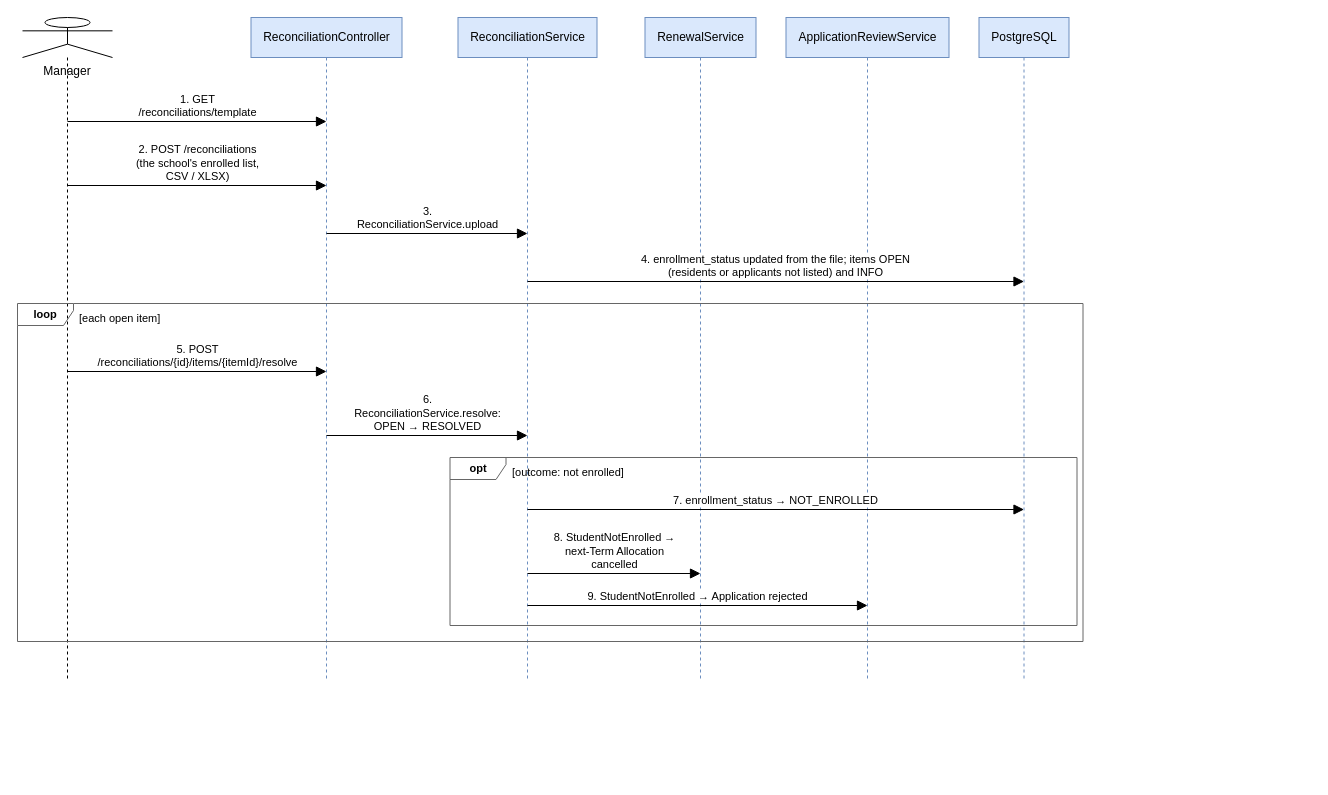
This is docs/Diagrams/07_Sequence/seq-17-reconciliation.drawio from tisou47/CampusStay-FPT, a draw.io file, before an edit. Source tidied: cells renumbered, new cells numbered last; positions are measured from the earlier drawing's top-left corner, leaving out a move shared by most shapes. Both pictures are drawn from the tidied source at 100%, with x=0, y=0 at pixel (17, 17).
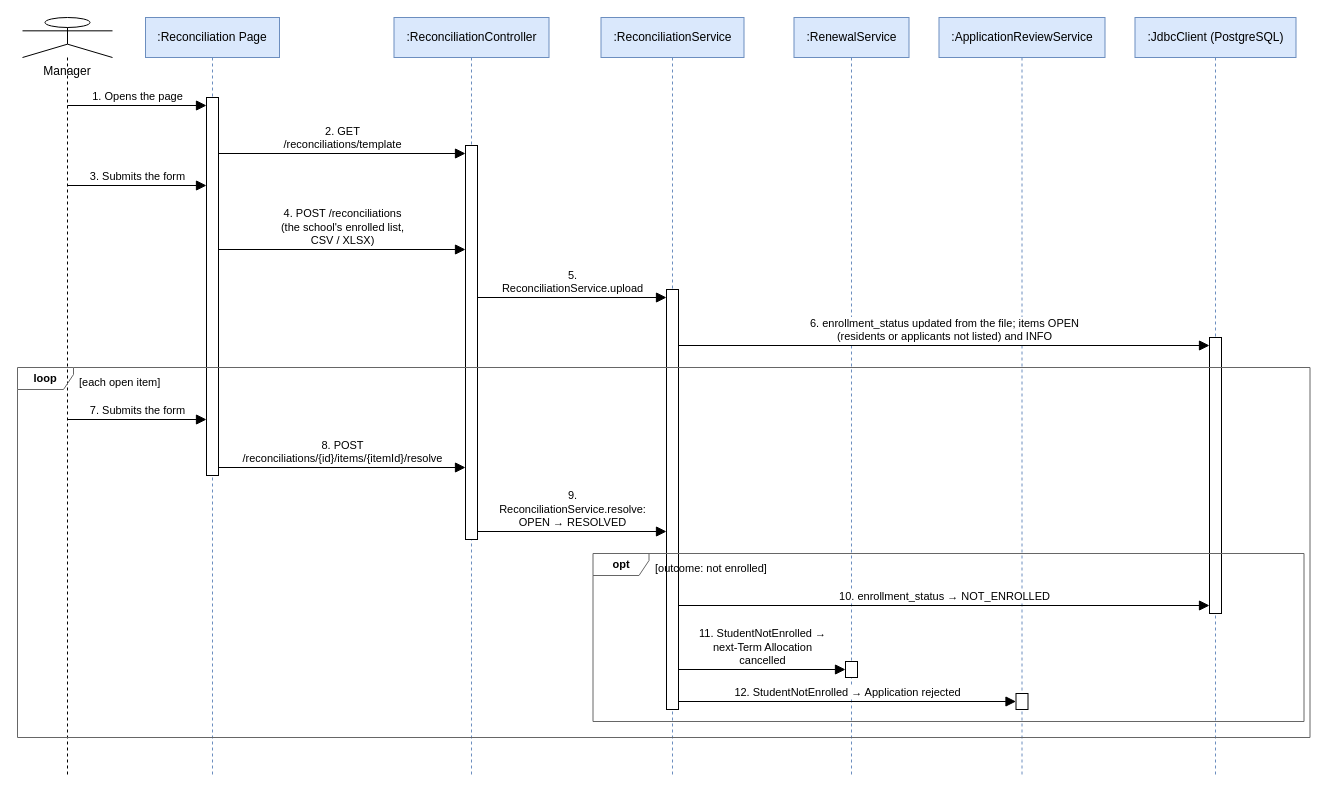
Above is the later version.

Diff of the diagram source:
```diff
@@
     <mxCell id="2" value="Manager" style="shape=umlLifeline;participant=umlActor;perimeter=lifelinePerimeter;size=40;verticalAlign=top;spacingTop=40;html=1;whiteSpace=wrap;fontSize=12;fontFamily=Helvetica;" parent="1" vertex="1">
-      <mxGeometry x="5" width="90" height="664" as="geometry" />
+      <mxGeometry x="5" width="90" height="760" as="geometry" />
     </mxCell>
+    <mxCell id="21" value=":Reconciliation Page" style="shape=umlLifeline;perimeter=lifelinePerimeter;size=40;html=1;whiteSpace=wrap;fontSize=12;fontFamily=Helvetica;fillColor=#dae8fc;strokeColor=#6c8ebf;" parent="1" vertex="1">
+      <mxGeometry x="128" width="134" height="760" as="geometry" />
+    </mxCell>
-    <mxCell id="3" value="ReconciliationController" style="shape=umlLifeline;perimeter=lifelinePerimeter;size=40;html=1;whiteSpace=wrap;fontSize=12;fontFamily=Helvetica;fillColor=#dae8fc;strokeColor=#6c8ebf;" parent="1" vertex="1">
-      <mxGeometry x="233.5" width="151" height="664" as="geometry" />
+    <mxCell id="3" value=":ReconciliationController" style="shape=umlLifeline;perimeter=lifelinePerimeter;size=40;html=1;whiteSpace=wrap;fontSize=12;fontFamily=Helvetica;fillColor=#dae8fc;strokeColor=#6c8ebf;" parent="1" vertex="1">
+      <mxGeometry x="376.5" width="155" height="760" as="geometry" />
     </mxCell>
-    <mxCell id="4" value="ReconciliationService" style="shape=umlLifeline;perimeter=lifelinePerimeter;size=40;html=1;whiteSpace=wrap;fontSize=12;fontFamily=Helvetica;fillColor=#dae8fc;strokeColor=#6c8ebf;" parent="1" vertex="1">
-      <mxGeometry x="440.5" width="139" height="664" as="geometry" />
+    <mxCell id="4" value=":ReconciliationService" style="shape=umlLifeline;perimeter=lifelinePerimeter;size=40;html=1;whiteSpace=wrap;fontSize=12;fontFamily=Helvetica;fillColor=#dae8fc;strokeColor=#6c8ebf;" parent="1" vertex="1">
+      <mxGeometry x="583.5" width="143" height="760" as="geometry" />
     </mxCell>
-    <mxCell id="5" value="RenewalService" style="shape=umlLifeline;perimeter=lifelinePerimeter;size=40;html=1;whiteSpace=wrap;fontSize=12;fontFamily=Helvetica;fillColor=#dae8fc;strokeColor=#6c8ebf;" parent="1" vertex="1">
-      <mxGeometry x="627.5" width="111" height="664" as="geometry" />
+    <mxCell id="5" value=":RenewalService" style="shape=umlLifeline;perimeter=lifelinePerimeter;size=40;html=1;whiteSpace=wrap;fontSize=12;fontFamily=Helvetica;fillColor=#dae8fc;strokeColor=#6c8ebf;" parent="1" vertex="1">
+      <mxGeometry x="776.5" width="115" height="760" as="geometry" />
     </mxCell>
-    <mxCell id="6" value="ApplicationReviewService" style="shape=umlLifeline;perimeter=lifelinePerimeter;size=40;html=1;whiteSpace=wrap;fontSize=12;fontFamily=Helvetica;fillColor=#dae8fc;strokeColor=#6c8ebf;" parent="1" vertex="1">
-      <mxGeometry x="768.5" width="163" height="664" as="geometry" />
+    <mxCell id="6" value=":ApplicationReviewService" style="shape=umlLifeline;perimeter=lifelinePerimeter;size=40;html=1;whiteSpace=wrap;fontSize=12;fontFamily=Helvetica;fillColor=#dae8fc;strokeColor=#6c8ebf;" parent="1" vertex="1">
+      <mxGeometry x="921.5" width="166" height="760" as="geometry" />
     </mxCell>
-    <mxCell id="7" value="PostgreSQL" style="shape=umlLifeline;perimeter=lifelinePerimeter;size=40;html=1;whiteSpace=wrap;fontSize=12;fontFamily=Helvetica;fillColor=#dae8fc;strokeColor=#6c8ebf;" parent="1" vertex="1">
-      <mxGeometry x="961.5" width="90" height="664" as="geometry" />
+    <mxCell id="7" value=":JdbcClient (PostgreSQL)" style="shape=umlLifeline;perimeter=lifelinePerimeter;size=40;html=1;whiteSpace=wrap;fontSize=12;fontFamily=Helvetica;fillColor=#dae8fc;strokeColor=#6c8ebf;" parent="1" vertex="1">
+      <mxGeometry x="1117.5" width="161" height="760" as="geometry" />
     </mxCell>
-    <mxCell id="8" value="1. GET&lt;br&gt;/reconciliations/template" style="html=1;rounded=1;fontSize=11;fontFamily=Helvetica;labelBackgroundColor=#ffffff;verticalAlign=bottom;endArrow=block;endFill=1;endSize=8;" parent="1" edge="1">
-      <mxGeometry relative="1" as="geometry">
-        <mxPoint x="50" y="104" as="sourcePoint" />
-        <mxPoint x="309" y="104" as="targetPoint" />
-      </mxGeometry>
+    <mxCell id="8" style="rounded=0;whiteSpace=wrap;html=1;fillColor=#FFFFFF;strokeColor=#000000;" parent="1" vertex="1">
+      <mxGeometry x="189" y="80" width="12" height="378" as="geometry" />
     </mxCell>
-    <mxCell id="9" value="2. POST /reconciliations&lt;br&gt;(the school's enrolled list,&lt;br&gt;CSV / XLSX)" style="html=1;rounded=1;fontSize=11;fontFamily=Helvetica;labelBackgroundColor=#ffffff;verticalAlign=bottom;endArrow=block;endFill=1;endSize=8;" parent="1" edge="1">
-      <mxGeometry relative="1" as="geometry">
-        <mxPoint x="50" y="168" as="sourcePoint" />
-        <mxPoint x="309" y="168" as="targetPoint" />
-      </mxGeometry>
+    <mxCell id="9" style="rounded=0;whiteSpace=wrap;html=1;fillColor=#FFFFFF;strokeColor=#000000;" parent="1" vertex="1">
+      <mxGeometry x="448" y="128" width="12" height="394" as="geometry" />
     </mxCell>
-    <mxCell id="10" value="3.&lt;br&gt;ReconciliationService.upload" style="html=1;rounded=1;fontSize=11;fontFamily=Helvetica;labelBackgroundColor=#ffffff;verticalAlign=bottom;endArrow=block;endFill=1;endSize=8;" parent="1" edge="1">
-      <mxGeometry relative="1" as="geometry">
-        <mxPoint x="309" y="216" as="sourcePoint" />
-        <mxPoint x="510" y="216" as="targetPoint" />
-      </mxGeometry>
+    <mxCell id="10" style="rounded=0;whiteSpace=wrap;html=1;fillColor=#FFFFFF;strokeColor=#000000;" parent="1" vertex="1">
+      <mxGeometry x="649" y="272" width="12" height="420" as="geometry" />
     </mxCell>
-    <mxCell id="11" value="4. enrollment_status updated from the file; items OPEN&lt;br&gt;(residents or applicants not listed) and INFO" style="html=1;rounded=1;fontSize=11;fontFamily=Helvetica;labelBackgroundColor=#ffffff;verticalAlign=bottom;endArrow=block;endFill=1;endSize=8;" parent="1" edge="1">
-      <mxGeometry relative="1" as="geometry">
-        <mxPoint x="510" y="264" as="sourcePoint" />
-        <mxPoint x="1006.5" y="264" as="targetPoint" />
-      </mxGeometry>
+    <mxCell id="11" style="rounded=0;whiteSpace=wrap;html=1;fillColor=#FFFFFF;strokeColor=#000000;" parent="1" vertex="1">
+      <mxGeometry x="1192" y="320" width="12" height="276" as="geometry" />
     </mxCell>
-    <mxCell id="12" value="5. POST&lt;br&gt;/reconciliations/{id}/items/{itemId}/resolve" style="html=1;rounded=1;fontSize=11;fontFamily=Helvetica;labelBackgroundColor=#ffffff;verticalAlign=bottom;endArrow=block;endFill=1;endSize=8;" parent="1" edge="1">
-      <mxGeometry relative="1" as="geometry">
-        <mxPoint x="50" y="354" as="sourcePoint" />
-        <mxPoint x="309" y="354" as="targetPoint" />
-      </mxGeometry>
+    <mxCell id="12" style="rounded=0;whiteSpace=wrap;html=1;fillColor=#FFFFFF;strokeColor=#000000;" parent="1" vertex="1">
+      <mxGeometry x="828" y="644" width="12" height="16" as="geometry" />
     </mxCell>
-    <mxCell id="13" value="6.&lt;br&gt;ReconciliationService.resolve:&lt;br&gt;OPEN → RESOLVED" style="html=1;rounded=1;fontSize=11;fontFamily=Helvetica;labelBackgroundColor=#ffffff;verticalAlign=bottom;endArrow=block;endFill=1;endSize=8;" parent="1" edge="1">
-      <mxGeometry relative="1" as="geometry">
-        <mxPoint x="309" y="418" as="sourcePoint" />
-        <mxPoint x="510" y="418" as="targetPoint" />
-      </mxGeometry>
+    <mxCell id="13" style="rounded=0;whiteSpace=wrap;html=1;fillColor=#FFFFFF;strokeColor=#000000;" parent="1" vertex="1">
+      <mxGeometry x="998.5" y="676" width="12" height="16" as="geometry" />
     </mxCell>
-    <mxCell id="14" value="7. enrollment_status → NOT_ENROLLED" style="html=1;rounded=1;fontSize=11;fontFamily=Helvetica;labelBackgroundColor=#ffffff;verticalAlign=bottom;endArrow=block;endFill=1;endSize=8;" parent="1" edge="1">
+    <mxCell id="14" value="1. Opens the page" style="html=1;rounded=1;fontSize=11;fontFamily=Helvetica;labelBackgroundColor=#ffffff;verticalAlign=bottom;endArrow=block;endFill=1;endSize=8;" parent="1" edge="1">
       <mxGeometry relative="1" as="geometry">
-        <mxPoint x="510" y="492" as="sourcePoint" />
-        <mxPoint x="1006.5" y="492" as="targetPoint" />
+        <mxPoint x="50" y="88" as="sourcePoint" />
+        <mxPoint x="189" y="88" as="targetPoint" />
       </mxGeometry>
     </mxCell>
-    <mxCell id="15" value="8. StudentNotEnrolled →&lt;br&gt;next-Term Allocation&lt;br&gt;cancelled" style="html=1;rounded=1;fontSize=11;fontFamily=Helvetica;labelBackgroundColor=#ffffff;verticalAlign=bottom;endArrow=block;endFill=1;endSize=8;" parent="1" edge="1">
+    <mxCell id="15" value="2. GET&lt;br&gt;/reconciliations/template" style="html=1;rounded=1;fontSize=11;fontFamily=Helvetica;labelBackgroundColor=#ffffff;verticalAlign=bottom;endArrow=block;endFill=1;endSize=8;" parent="1" edge="1">
       <mxGeometry relative="1" as="geometry">
-        <mxPoint x="510" y="556" as="sourcePoint" />
-        <mxPoint x="683" y="556" as="targetPoint" />
+        <mxPoint x="201" y="136" as="sourcePoint" />
+        <mxPoint x="448" y="136" as="targetPoint" />
       </mxGeometry>
     </mxCell>
-    <mxCell id="16" value="9. StudentNotEnrolled → Application rejected" style="html=1;rounded=1;fontSize=11;fontFamily=Helvetica;labelBackgroundColor=#ffffff;verticalAlign=bottom;endArrow=block;endFill=1;endSize=8;" parent="1" edge="1">
+    <mxCell id="16" value="3. Submits the form" style="html=1;rounded=1;fontSize=11;fontFamily=Helvetica;labelBackgroundColor=#ffffff;verticalAlign=bottom;endArrow=block;endFill=1;endSize=8;" parent="1" edge="1">
       <mxGeometry relative="1" as="geometry">
-        <mxPoint x="510" y="588" as="sourcePoint" />
-        <mxPoint x="850" y="588" as="targetPoint" />
+        <mxPoint x="50" y="168" as="sourcePoint" />
+        <mxPoint x="189" y="168" as="targetPoint" />
       </mxGeometry>
     </mxCell>
-    <mxCell id="17" value="opt" style="shape=umlFrame;whiteSpace=wrap;html=1;width=56;height=22;fontSize=11;fontStyle=1;fillColor=none;strokeColor=#666666;" parent="1" vertex="1">
-      <mxGeometry x="432.5" y="440" width="627" height="168" as="geometry" />
+    <mxCell id="17" value="4. POST /reconciliations&lt;br&gt;(the school's enrolled list,&lt;br&gt;CSV / XLSX)" style="html=1;rounded=1;fontSize=11;fontFamily=Helvetica;labelBackgroundColor=#ffffff;verticalAlign=bottom;endArrow=block;endFill=1;endSize=8;" parent="1" edge="1">
+      <mxGeometry relative="1" as="geometry">
+        <mxPoint x="201" y="232" as="sourcePoint" />
+        <mxPoint x="448" y="232" as="targetPoint" />
+      </mxGeometry>
     </mxCell>
-    <mxCell id="18" value="[outcome: not enrolled]" style="text;html=1;whiteSpace=wrap;fontSize=12;fontFamily=Helvetica;align=left;verticalAlign=top;fillColor=none;strokeColor=none;fontSize=11;" parent="1" vertex="1">
-      <mxGeometry x="492.5" y="442" width="145.4" height="20" as="geometry" />
+    <mxCell id="18" value="5.&lt;br&gt;ReconciliationService.upload" style="html=1;rounded=1;fontSize=11;fontFamily=Helvetica;labelBackgroundColor=#ffffff;verticalAlign=bottom;endArrow=block;endFill=1;endSize=8;" parent="1" edge="1">
+      <mxGeometry relative="1" as="geometry">
+        <mxPoint x="460" y="280" as="sourcePoint" />
+        <mxPoint x="649" y="280" as="targetPoint" />
+      </mxGeometry>
     </mxCell>
-    <mxCell id="19" value="loop" style="shape=umlFrame;whiteSpace=wrap;html=1;width=56;height=22;fontSize=11;fontStyle=1;fillColor=none;strokeColor=#666666;" parent="1" vertex="1">
-      <mxGeometry y="286" width="1065.5" height="338" as="geometry" />
+    <mxCell id="19" value="6. enrollment_status updated from the file; items OPEN&lt;br&gt;(residents or applicants not listed) and INFO" style="html=1;rounded=1;fontSize=11;fontFamily=Helvetica;labelBackgroundColor=#ffffff;verticalAlign=bottom;endArrow=block;endFill=1;endSize=8;" parent="1" edge="1">
+      <mxGeometry relative="1" as="geometry">
+        <mxPoint x="661" y="328" as="sourcePoint" />
+        <mxPoint x="1192" y="328" as="targetPoint" />
+      </mxGeometry>
     </mxCell>
-    <mxCell id="20" value="[each open item]" style="text;html=1;whiteSpace=wrap;fontSize=12;fontFamily=Helvetica;align=left;verticalAlign=top;fillColor=none;strokeColor=none;fontSize=11;" parent="1" vertex="1">
-      <mxGeometry x="60" y="288" width="112.1" height="20" as="geometry" />
+    <mxCell id="20" value="7. Submits the form" style="html=1;rounded=1;fontSize=11;fontFamily=Helvetica;labelBackgroundColor=#ffffff;verticalAlign=bottom;endArrow=block;endFill=1;endSize=8;" parent="1" edge="1">
+      <mxGeometry relative="1" as="geometry">
+        <mxPoint x="50" y="402" as="sourcePoint" />
+        <mxPoint x="189" y="402" as="targetPoint" />
+      </mxGeometry>
     </mxCell>
+    <mxCell id="22" value="8. POST&lt;br&gt;/reconciliations/{id}/items/{itemId}/resolve" style="html=1;rounded=1;fontSize=11;fontFamily=Helvetica;labelBackgroundColor=#ffffff;verticalAlign=bottom;endArrow=block;endFill=1;endSize=8;" parent="1" edge="1">
+      <mxGeometry relative="1" as="geometry">
+        <mxPoint x="201" y="450" as="sourcePoint" />
+        <mxPoint x="448" y="450" as="targetPoint" />
+      </mxGeometry>
+    </mxCell>
+    <mxCell id="23" value="9.&lt;br&gt;ReconciliationService.resolve:&lt;br&gt;OPEN → RESOLVED" style="html=1;rounded=1;fontSize=11;fontFamily=Helvetica;labelBackgroundColor=#ffffff;verticalAlign=bottom;endArrow=block;endFill=1;endSize=8;" parent="1" edge="1">
+      <mxGeometry relative="1" as="geometry">
+        <mxPoint x="460" y="514" as="sourcePoint" />
+        <mxPoint x="649" y="514" as="targetPoint" />
+      </mxGeometry>
+    </mxCell>
+    <mxCell id="24" value="10. enrollment_status → NOT_ENROLLED" style="html=1;rounded=1;fontSize=11;fontFamily=Helvetica;labelBackgroundColor=#ffffff;verticalAlign=bottom;endArrow=block;endFill=1;endSize=8;" parent="1" edge="1">
+      <mxGeometry relative="1" as="geometry">
+        <mxPoint x="661" y="588" as="sourcePoint" />
+        <mxPoint x="1192" y="588" as="targetPoint" />
+      </mxGeometry>
+    </mxCell>
+    <mxCell id="25" value="11. StudentNotEnrolled →&lt;br&gt;next-Term Allocation&lt;br&gt;cancelled" style="html=1;rounded=1;fontSize=11;fontFamily=Helvetica;labelBackgroundColor=#ffffff;verticalAlign=bottom;endArrow=block;endFill=1;endSize=8;" parent="1" edge="1">
+      <mxGeometry relative="1" as="geometry">
+        <mxPoint x="661" y="652" as="sourcePoint" />
+        <mxPoint x="828" y="652" as="targetPoint" />
+      </mxGeometry>
+    </mxCell>
+    <mxCell id="26" value="12. StudentNotEnrolled → Application rejected" style="html=1;rounded=1;fontSize=11;fontFamily=Helvetica;labelBackgroundColor=#ffffff;verticalAlign=bottom;endArrow=block;endFill=1;endSize=8;" parent="1" edge="1">
+      <mxGeometry relative="1" as="geometry">
+        <mxPoint x="661" y="684" as="sourcePoint" />
+        <mxPoint x="998.5" y="684" as="targetPoint" />
+      </mxGeometry>
+    </mxCell>
+    <mxCell id="27" value="opt" style="shape=umlFrame;whiteSpace=wrap;html=1;width=56;height=22;fontSize=11;fontStyle=1;fillColor=none;strokeColor=#666666;" parent="1" vertex="1">
+      <mxGeometry x="575.5" y="536" width="711" height="168" as="geometry" />
+    </mxCell>
+    <mxCell id="28" value="[outcome: not enrolled]" style="text;html=1;whiteSpace=wrap;fontSize=12;fontFamily=Helvetica;align=left;verticalAlign=top;fillColor=none;strokeColor=none;fontSize=11;" parent="1" vertex="1">
+      <mxGeometry x="635.5" y="538" width="145.4" height="20" as="geometry" />
+    </mxCell>
+    <mxCell id="29" value="loop" style="shape=umlFrame;whiteSpace=wrap;html=1;width=56;height=22;fontSize=11;fontStyle=1;fillColor=none;strokeColor=#666666;" parent="1" vertex="1">
+      <mxGeometry y="350" width="1292.5" height="370" as="geometry" />
+    </mxCell>
+    <mxCell id="30" value="[each open item]" style="text;html=1;whiteSpace=wrap;fontSize=12;fontFamily=Helvetica;align=left;verticalAlign=top;fillColor=none;strokeColor=none;fontSize=11;" parent="1" vertex="1">
+      <mxGeometry x="60" y="352" width="112.1" height="20" as="geometry" />
+    </mxCell>
```
